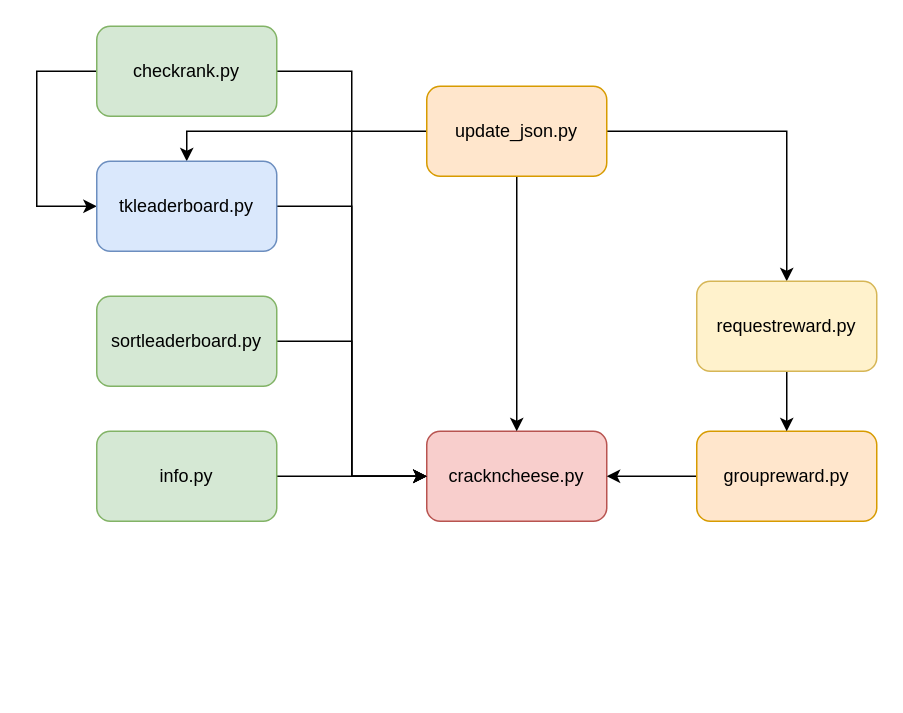
The draw.io diagram Systems.drawio in chrisclai/CracknCheese-TwitchBot-loklokfafa, before the edit. Source tidied: cells renumbered, new cells numbered last; positions are measured from the earlier drawing's top-left corner, leaving out a move shared by most shapes. Both pictures are drawn from the tidied source at 150%, with x=0, y=0 at pixel (36, 26).
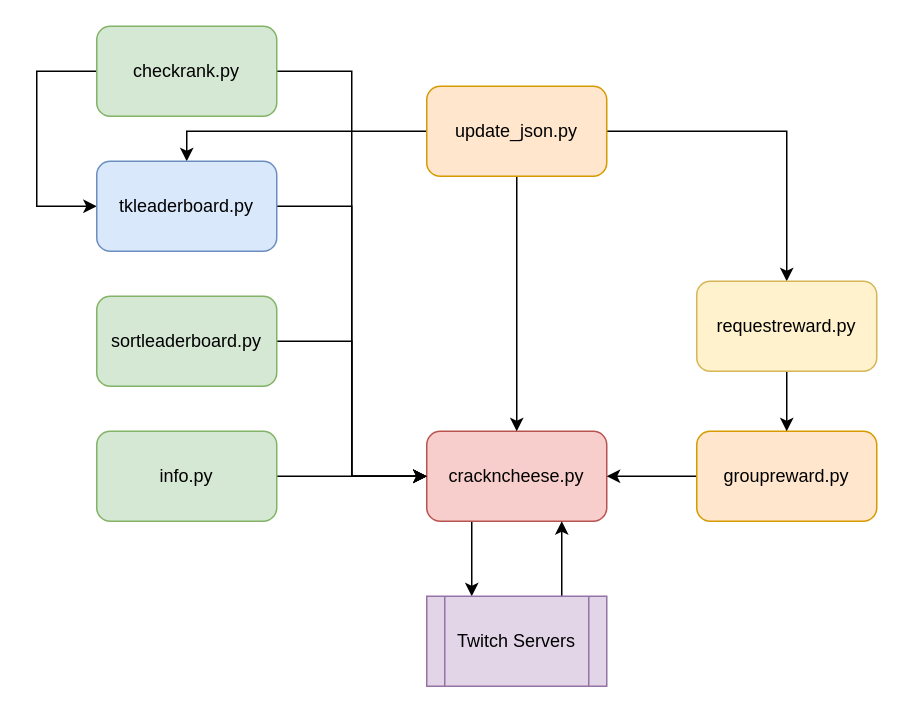
The same page after the edit.

The change refers to these unchanged cells:
```xml
<mxCell id="2" value="crackncheese.py" style="rounded=1;whiteSpace=wrap;html=1;fillColor=#f8cecc;strokeColor=#b85450;" parent="1" vertex="1">
  <mxGeometry x="260" y="270" width="120" height="60" as="geometry" />
</mxCell>
```

Diff of the diagram source:
```diff
@@
+    <mxCell id="20" style="edgeStyle=orthogonalEdgeStyle;rounded=0;jettySize=auto;html=1;exitX=0.25;exitY=1;exitDx=0;exitDy=0;entryX=0.25;entryY=0;entryDx=0;entryDy=0;" parent="1" edge="1" source="2" target="22">
+      <mxGeometry relative="1" as="geometry" />
+    </mxCell>
@@
+    <mxCell id="21" style="edgeStyle=orthogonalEdgeStyle;rounded=0;jettySize=auto;html=1;exitX=0.75;exitY=0;exitDx=0;exitDy=0;entryX=0.75;entryY=1;entryDx=0;entryDy=0;" parent="1" edge="1" source="22" target="2">
+      <mxGeometry relative="1" as="geometry" />
+    </mxCell>
+    <mxCell id="22" value="Twitch Servers" style="shape=process;whiteSpace=wrap;html=1;backgroundOutline=1;fillColor=#e1d5e7;strokeColor=#9673a6;" parent="1" vertex="1">
+      <mxGeometry x="260" y="380" width="120" height="60" as="geometry" />
+    </mxCell>
```
